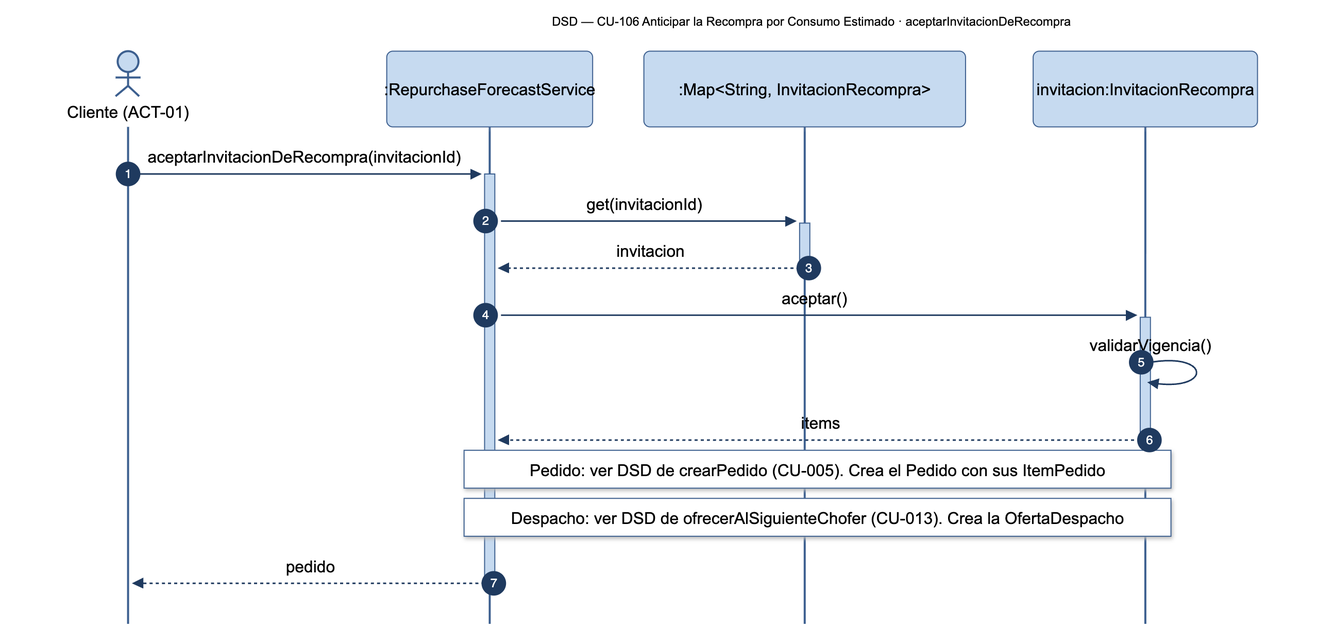
Above: diagramas/png/DSD_CU-106_aceptarInvitacionDeRecompra.png in Nahuelito-Dev/splg-docs (Mermaid), before the change. Its source is kept beside it as diagramas/DSD_CU-106_aceptarInvitacionDeRecompra.mmd.
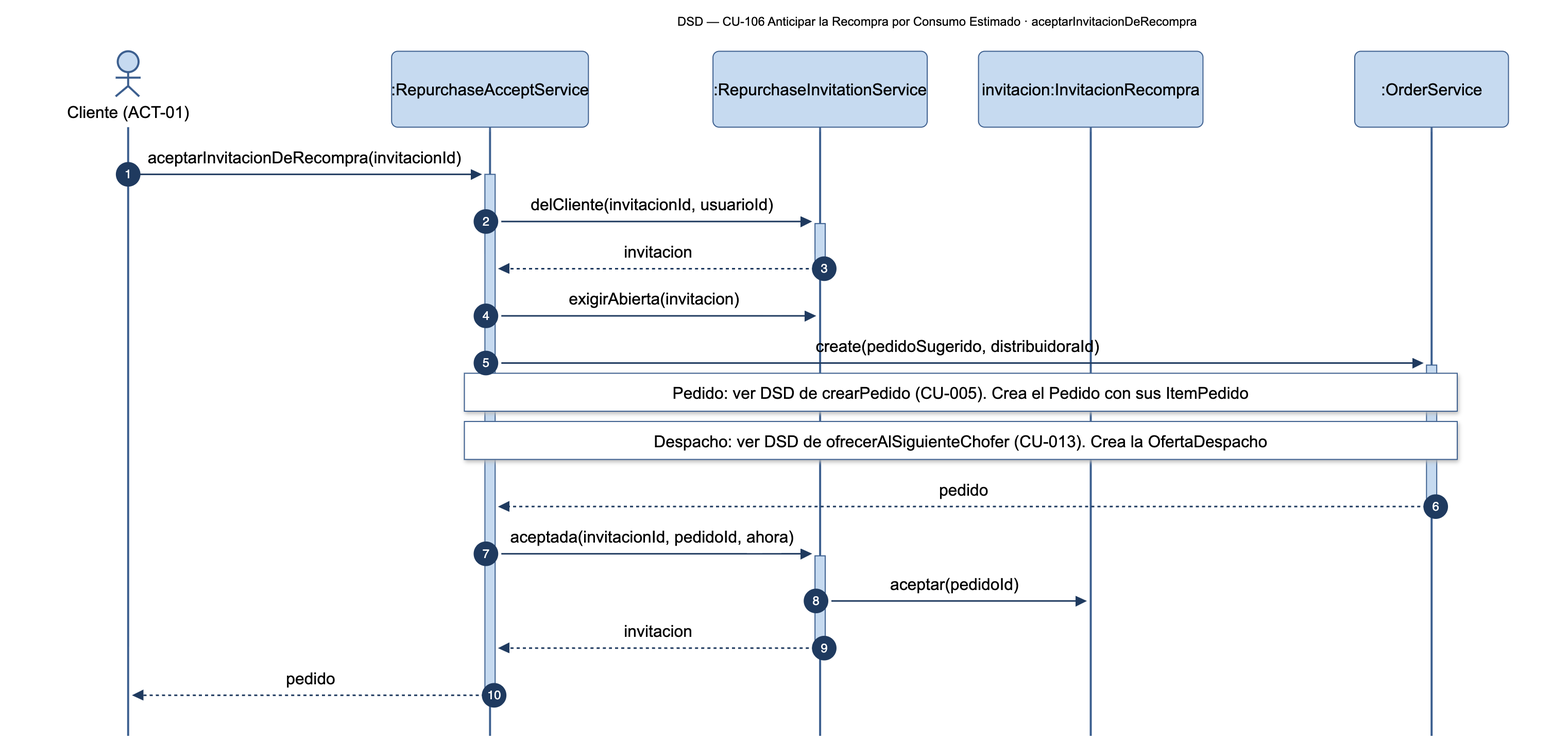
After the commit.

What changed in the source:
```diff
@@ -2,16 +2,20 @@
     title DSD — CU-106 Anticipar la Recompra por Consumo Estimado · aceptarInvitacionDeRecompra
     autonumber
     actor CLI as Cliente (ACT-01)
-    participant RFS as :RepurchaseForecastService
-    participant COL as :Map#lt;String, InvitacionRecompra#gt;
+    participant RAS as :RepurchaseAcceptService
+    participant INVS as :RepurchaseInvitationService
     participant INV as invitacion:InvitacionRecompra
+    participant ORD as :OrderService
 
-    CLI->>+RFS: aceptarInvitacionDeRecompra(invitacionId)
-    RFS->>+COL: get(invitacionId)
-    COL-->>-RFS: invitacion
-    RFS->>+INV: aceptar()
-    INV->>INV: validarVigencia()
-    INV-->>-RFS: items
-    Note over RFS,INV: Pedido: ver DSD de crearPedido (CU-005). Crea el Pedido con sus ItemPedido
-    Note over RFS,INV: Despacho: ver DSD de ofrecerAlSiguienteChofer (CU-013). Crea la OfertaDespacho
-    RFS-->>-CLI: pedido
+    CLI->>+RAS: aceptarInvitacionDeRecompra(invitacionId)
+    RAS->>+INVS: delCliente(invitacionId, usuarioId)
+    INVS-->>-RAS: invitacion
+    RAS->>INVS: exigirAbierta(invitacion)
+    RAS->>+ORD: create(pedidoSugerido, distribuidoraId)
+    Note over RAS,ORD: Pedido: ver DSD de crearPedido (CU-005). Crea el Pedido con sus ItemPedido
+    Note over RAS,ORD: Despacho: ver DSD de ofrecerAlSiguienteChofer (CU-013). Crea la OfertaDespacho
+    ORD-->>-RAS: pedido
+    RAS->>+INVS: aceptada(invitacionId, pedidoId, ahora)
+    INVS->>INV: aceptar(pedidoId)
+    INVS-->>-RAS: invitacion
+    RAS-->>-CLI: pedido
```
